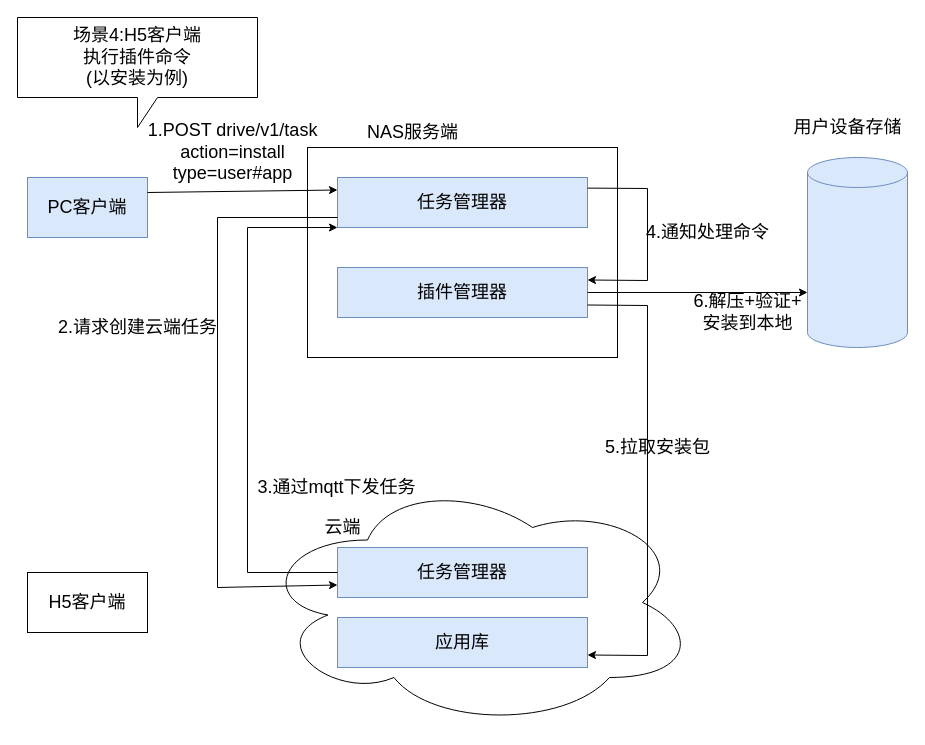
logxxx/Something keeps this draw.io diagram as 场景4:H5客户端 执行插件命令.drawio. Above is the earlier version. Source tidied: cells renumbered, new cells numbered last; positions are measured from the earlier drawing's top-left corner, leaving out a move shared by most shapes. Both pictures are drawn from the tidied source at 100%, with x=0, y=0 at pixel (17, 17).
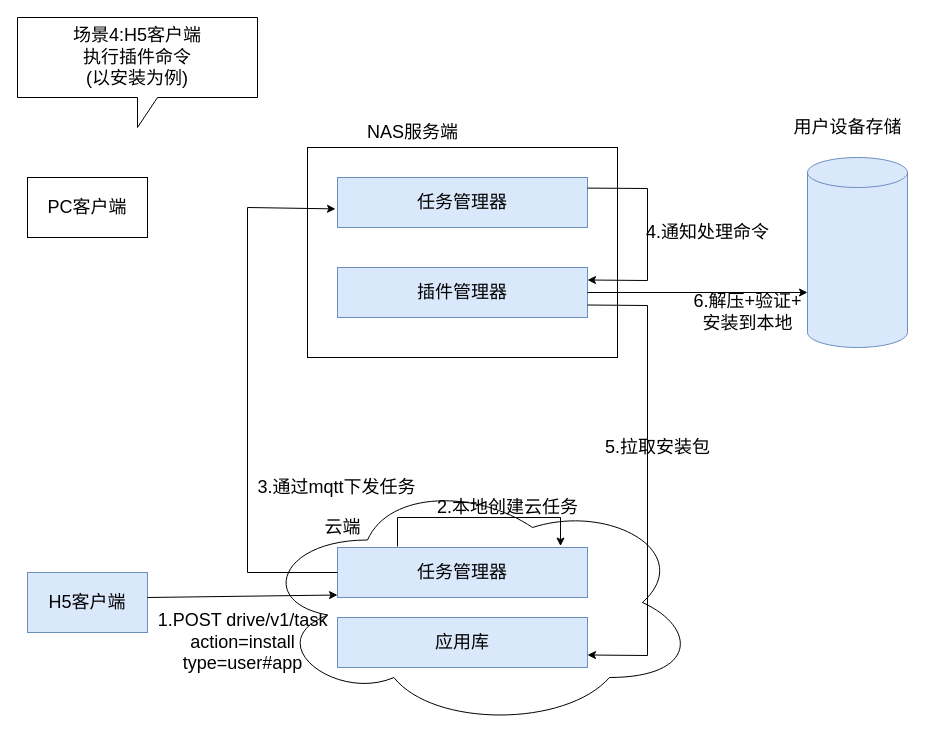
The same diagram, later.

Commit message:
Update 场景4:H5客户端 执行插件命令.drawio

The change refers to these unchanged cells:
```xml
<mxCell id="5" value="任务管理器" style="rounded=0;whiteSpace=wrap;html=1;fontSize=18;fillColor=#dae8fc;strokeColor=#6c8ebf;" parent="1" vertex="1">
  <mxGeometry x="320" y="160" width="250" height="50" as="geometry" />
</mxCell>
<mxCell id="9" value="任务管理器" style="rounded=0;whiteSpace=wrap;html=1;fontSize=18;fillColor=#dae8fc;strokeColor=#6c8ebf;" parent="1" vertex="1">
  <mxGeometry x="320" y="530" width="250" height="50" as="geometry" />
</mxCell>
```

Diff of the diagram source:
```diff
@@
-    <mxCell id="2" value="&lt;font style=&quot;font-size: 18px&quot;&gt;PC客户端&lt;/font&gt;" style="rounded=0;whiteSpace=wrap;html=1;fillColor=#dae8fc;strokeColor=#6c8ebf;" parent="1" vertex="1">
+    <mxCell id="2" value="&lt;font style=&quot;font-size: 18px&quot;&gt;PC客户端&lt;/font&gt;" style="rounded=0;whiteSpace=wrap;html=1;" parent="1" vertex="1">
       <mxGeometry x="10" y="160" width="120" height="60" as="geometry" />
     </mxCell>
@@
-    <mxCell id="10" value="&lt;font style=&quot;font-size: 18px&quot;&gt;H5客户端&lt;/font&gt;" style="rounded=0;whiteSpace=wrap;html=1;" parent="1" vertex="1">
+    <mxCell id="10" value="&lt;font style=&quot;font-size: 18px&quot;&gt;H5客户端&lt;/font&gt;" style="rounded=0;whiteSpace=wrap;html=1;fillColor=#dae8fc;strokeColor=#6c8ebf;" parent="1" vertex="1">
       <mxGeometry x="10" y="555" width="120" height="60" as="geometry" />
     </mxCell>
@@
-    <mxCell id="13" style="endArrow=classic;html=1;rounded=0;fontSize=18;exitX=1;exitY=0.25;exitDx=0;exitDy=0;entryX=0;entryY=0.25;entryDx=0;entryDy=0;" parent="1" edge="1" source="2" target="5">
-      <mxGeometry relative="1" as="geometry" />
+    <mxCell id="13" style="endArrow=classic;html=1;rounded=0;fontSize=18;exitX=1;exitY=0.25;exitDx=0;exitDy=0;entryX=0;entryY=0.25;entryDx=0;entryDy=0;" parent="1" edge="1">
+      <mxGeometry relative="1" as="geometry">
+        <mxPoint x="130" y="580" as="sourcePoint" />
+        <mxPoint x="320" y="577.5" as="targetPoint" />
+      </mxGeometry>
     </mxCell>
     <mxCell id="14" value="1.POST drive/v1/task&lt;br&gt;action=install&lt;br&gt;type=user#app" style="text;html=1;align=center;verticalAlign=middle;strokeColor=none;fillColor=none;fontSize=18;" parent="1" vertex="1">
-      <mxGeometry x="120" y="100" width="190" height="70" as="geometry" />
+      <mxGeometry x="130" y="590" width="190" height="70" as="geometry" />
     </mxCell>
@@
-    <mxCell id="18" style="endArrow=classic;html=1;rounded=0;fontSize=18;entryX=0;entryY=0.75;entryDx=0;entryDy=0;" parent="1" edge="1" target="9">
+    <mxCell id="18" style="endArrow=classic;html=1;rounded=0;fontSize=18;entryX=0.892;entryY=-0.029;entryDx=0;entryDy=0;entryPerimeter=0;" parent="1" edge="1" target="9">
       <mxGeometry relative="1" as="geometry">
-        <mxPoint x="320" y="200" as="sourcePoint" />
+        <mxPoint x="380" y="529" as="sourcePoint" />
         <Array as="points">
-          <mxPoint x="200" y="200" />
-          <mxPoint x="200" y="570" />
+          <mxPoint x="380" y="500" />
+          <mxPoint x="543" y="500" />
         </Array>
       </mxGeometry>
     </mxCell>
@@
-    <mxCell id="20" style="endArrow=classic;html=1;rounded=0;fontSize=18;exitX=0;exitY=0.5;exitDx=0;exitDy=0;entryX=0;entryY=1;entryDx=0;entryDy=0;" parent="1" edge="1" source="9" target="5">
+    <mxCell id="20" style="endArrow=classic;html=1;rounded=0;fontSize=18;exitX=0;exitY=0.5;exitDx=0;exitDy=0;entryX=-0.008;entryY=0.628;entryDx=0;entryDy=0;entryPerimeter=0;" parent="1" edge="1" source="9" target="5">
       <mxGeometry relative="1" as="geometry">
         <Array as="points">
           <mxPoint x="230" y="555" />
-          <mxPoint x="230" y="210" />
+          <mxPoint x="230" y="190" />
         </Array>
       </mxGeometry>
     </mxCell>
-    <mxCell id="21" value="&lt;font style=&quot;font-size: 18px&quot;&gt;2.请求创建云端任务&lt;/font&gt;" style="text;html=1;align=center;verticalAlign=middle;strokeColor=none;fillColor=none;" parent="1" vertex="1">
-      <mxGeometry x="35" y="300" width="170" height="20" as="geometry" />
-    </mxCell>
@@
+    <mxCell id="27" value="&lt;font style=&quot;font-size: 18px&quot;&gt;2.本地创建云任务&lt;/font&gt;" style="text;html=1;align=center;verticalAlign=middle;strokeColor=none;fillColor=none;" parent="1" vertex="1">
+      <mxGeometry x="410" y="480" width="160" height="20" as="geometry" />
+    </mxCell>
```
